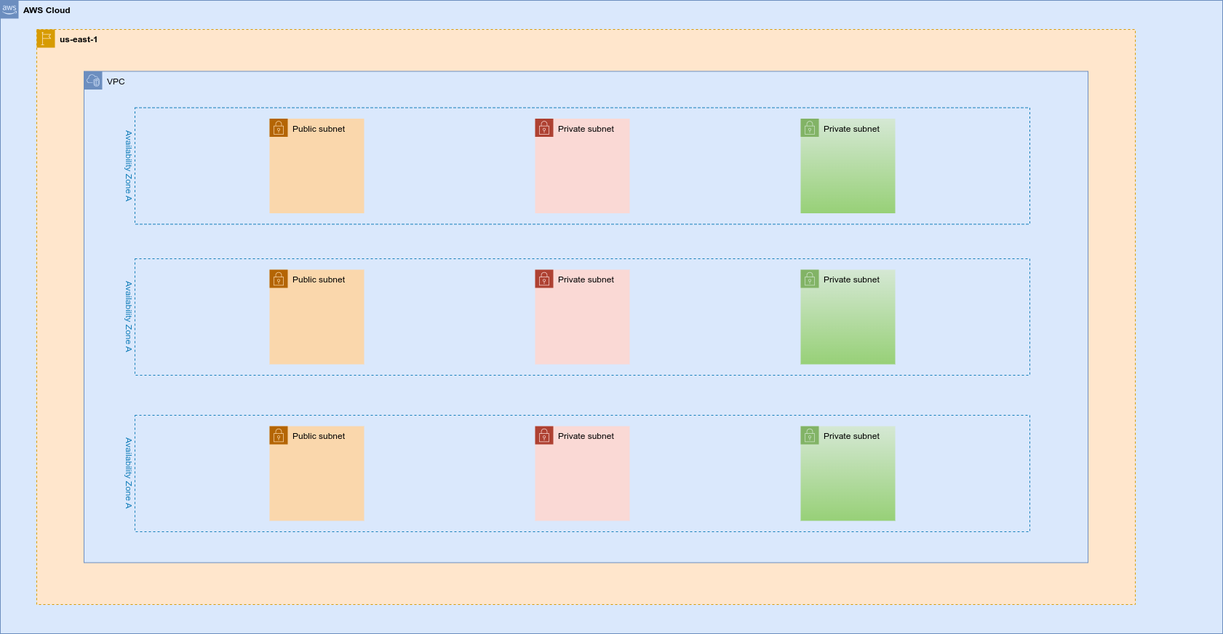
Earlier version of the draw.io export img/vpc.drawio.png (wandermaia/desafio-aws). Source tidied: cells renumbered, new cells last; positions are measured from the earlier drawing's top-left corner, leaving out a move shared by most shapes.
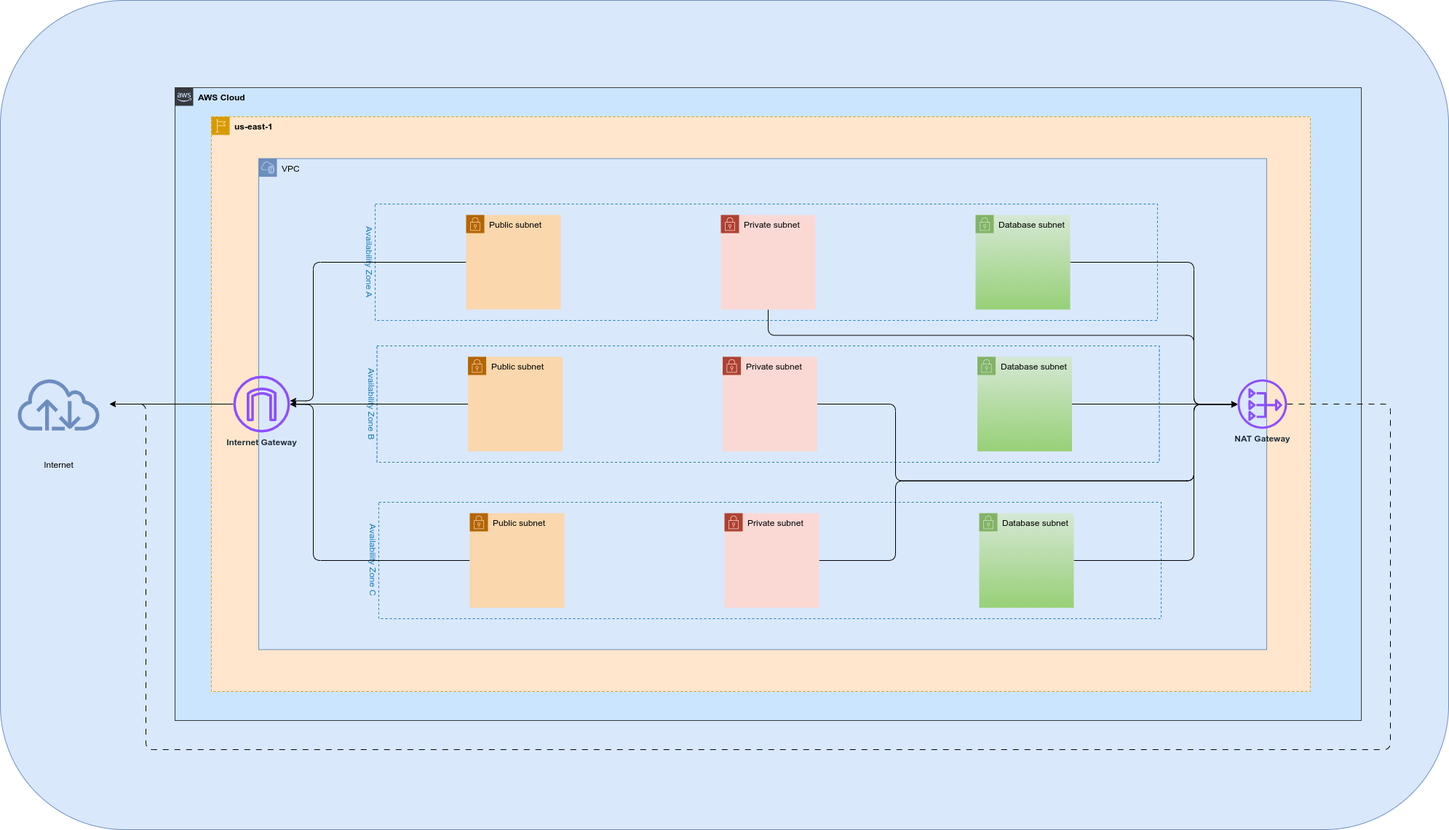
The same diagram one commit later.

Diff of the diagram source:
```diff
@@ -2,50 +2,142 @@
   <root>
     <mxCell id="0" />
     <mxCell id="1" parent="0" />
+    <mxCell id="17" style="rounded=1;whiteSpace=wrap;html=1;fillColor=#dae8fc;strokeColor=#6c8ebf;" parent="1" vertex="1">
+      <mxGeometry x="-240" y="-120" width="1990" height="1140" as="geometry" />
+    </mxCell>
-    <mxCell id="2" value="&lt;b&gt;AWS Cloud&lt;/b&gt;" style="html=1;whiteSpace=wrap;fontSize=12;fontStyle=0;shape=mxgraph.aws4.group;grIcon=mxgraph.aws4.group_aws_cloud_alt;strokeColor=#6c8ebf;fillColor=#dae8fc;verticalAlign=top;align=left;spacingLeft=30;dashed=0;" parent="1" vertex="1">
-      <mxGeometry width="1680" height="870" as="geometry" />
+    <mxCell id="2" value="&lt;b&gt;AWS Cloud&lt;/b&gt;" style="html=1;whiteSpace=wrap;fontSize=12;fontStyle=0;shape=mxgraph.aws4.group;grIcon=mxgraph.aws4.group_aws_cloud_alt;strokeColor=#36393d;fillColor=#cce5ff;verticalAlign=top;align=left;spacingLeft=30;dashed=0;" parent="1" vertex="1">
+      <mxGeometry width="1630" height="870" as="geometry" />
     </mxCell>
     <mxCell id="3" value="&lt;b&gt;us-east-1&lt;/b&gt;" style="html=1;whiteSpace=wrap;fontSize=12;fontStyle=0;shape=mxgraph.aws4.group;grIcon=mxgraph.aws4.group_region;strokeColor=#d79b00;fillColor=#ffe6cc;verticalAlign=top;align=left;spacingLeft=30;dashed=1;" parent="2" vertex="1">
       <mxGeometry x="50" y="40" width="1510" height="790" as="geometry" />
     </mxCell>
     <mxCell id="4" value="VPC" style="html=1;whiteSpace=wrap;fontSize=12;fontStyle=0;shape=mxgraph.aws4.group;grIcon=mxgraph.aws4.group_vpc2;strokeColor=#6c8ebf;fillColor=#dae8fc;verticalAlign=top;align=left;spacingLeft=30;dashed=0;" parent="3" vertex="1">
-      <mxGeometry x="65" y="57.5" width="1380" height="675" as="geometry" />
+      <mxGeometry x="65" y="57.5" width="1385" height="675" as="geometry" />
     </mxCell>
     <mxCell id="5" value="&lt;span style=&quot;color: rgb(20, 126, 186);&quot;&gt;Availability Zone A&lt;/span&gt;" style="fillColor=none;strokeColor=#147EBA;dashed=1;verticalAlign=middle;fontStyle=0;fontColor=#147EBA;whiteSpace=wrap;html=1;labelPosition=left;verticalLabelPosition=middle;align=right;textDirection=vertical-lr;" parent="4" vertex="1">
-      <mxGeometry x="70" y="50" width="1230" height="160" as="geometry" />
+      <mxGeometry x="160" y="62.5" width="1075" height="160" as="geometry" />
     </mxCell>
+    <mxCell id="18" style="edgeStyle=orthogonalEdgeStyle;html=1;" parent="4" edge="1" source="6" target="36">
+      <mxGeometry relative="1" as="geometry">
+        <Array as="points">
+          <mxPoint x="700" y="243" />
+          <mxPoint x="1285" y="243" />
+          <mxPoint x="1285" y="338" />
+        </Array>
+      </mxGeometry>
+    </mxCell>
     <mxCell id="6" value="Private subnet" style="points=[[0,0],[0.25,0],[0.5,0],[0.75,0],[1,0],[1,0.25],[1,0.5],[1,0.75],[1,1],[0.75,1],[0.5,1],[0.25,1],[0,1],[0,0.75],[0,0.5],[0,0.25]];outlineConnect=0;html=1;whiteSpace=wrap;fontSize=12;fontStyle=0;shape=mxgraph.aws4.group;grIcon=mxgraph.aws4.group_security_group;grStroke=0;strokeColor=#ae4132;fillColor=#fad9d5;verticalAlign=top;align=left;spacingLeft=30;dashed=0;" parent="4" vertex="1">
-      <mxGeometry x="620" y="65" width="130" height="130" as="geometry" />
+      <mxGeometry x="635" y="77.5" width="130" height="130" as="geometry" />
     </mxCell>
+    <mxCell id="19" style="edgeStyle=orthogonalEdgeStyle;html=1;" parent="4" edge="1" source="7" target="36">
+      <mxGeometry relative="1" as="geometry">
+        <Array as="points">
+          <mxPoint x="1285" y="143" />
+          <mxPoint x="1285" y="338" />
+        </Array>
+      </mxGeometry>
+    </mxCell>
-    <mxCell id="7" value="Private subnet" style="points=[[0,0],[0.25,0],[0.5,0],[0.75,0],[1,0],[1,0.25],[1,0.5],[1,0.75],[1,1],[0.75,1],[0.5,1],[0.25,1],[0,1],[0,0.75],[0,0.5],[0,0.25]];outlineConnect=0;html=1;whiteSpace=wrap;fontSize=12;fontStyle=0;shape=mxgraph.aws4.group;grIcon=mxgraph.aws4.group_security_group;grStroke=0;strokeColor=#82b366;fillColor=#d5e8d4;verticalAlign=top;align=left;spacingLeft=30;dashed=0;gradientColor=#97d077;" parent="4" vertex="1">
-      <mxGeometry x="985" y="65" width="130" height="130" as="geometry" />
+    <mxCell id="7" value="Database subnet" style="points=[[0,0],[0.25,0],[0.5,0],[0.75,0],[1,0],[1,0.25],[1,0.5],[1,0.75],[1,1],[0.75,1],[0.5,1],[0.25,1],[0,1],[0,0.75],[0,0.5],[0,0.25]];outlineConnect=0;html=1;whiteSpace=wrap;fontSize=12;fontStyle=0;shape=mxgraph.aws4.group;grIcon=mxgraph.aws4.group_security_group;grStroke=0;strokeColor=#82b366;fillColor=#d5e8d4;verticalAlign=top;align=left;spacingLeft=30;dashed=0;gradientColor=#97d077;" parent="4" vertex="1">
+      <mxGeometry x="985" y="77.5" width="130" height="130" as="geometry" />
     </mxCell>
+    <mxCell id="20" style="edgeStyle=orthogonalEdgeStyle;html=1;" parent="4" edge="1" source="8" target="35">
+      <mxGeometry relative="1" as="geometry">
+        <Array as="points">
+          <mxPoint x="75" y="143" />
+          <mxPoint x="75" y="333" />
+        </Array>
+      </mxGeometry>
+    </mxCell>
     <mxCell id="8" value="Public subnet" style="points=[[0,0],[0.25,0],[0.5,0],[0.75,0],[1,0],[1,0.25],[1,0.5],[1,0.75],[1,1],[0.75,1],[0.5,1],[0.25,1],[0,1],[0,0.75],[0,0.5],[0,0.25]];outlineConnect=0;html=1;whiteSpace=wrap;fontSize=12;fontStyle=0;shape=mxgraph.aws4.group;grIcon=mxgraph.aws4.group_security_group;grStroke=0;strokeColor=#b46504;fillColor=#fad7ac;verticalAlign=top;align=left;spacingLeft=30;dashed=0;" parent="4" vertex="1">
-      <mxGeometry x="255" y="65" width="130" height="130" as="geometry" />
+      <mxGeometry x="285" y="77.5" width="130" height="130" as="geometry" />
     </mxCell>
-    <mxCell id="9" value="&lt;span style=&quot;color: rgb(20, 126, 186);&quot;&gt;Availability Zone A&lt;/span&gt;" style="fillColor=none;strokeColor=#147EBA;dashed=1;verticalAlign=middle;fontStyle=0;fontColor=#147EBA;whiteSpace=wrap;html=1;labelPosition=left;verticalLabelPosition=middle;align=right;textDirection=vertical-lr;" parent="4" vertex="1">
-      <mxGeometry x="70" y="257.5" width="1230" height="160" as="geometry" />
-    </mxCell>
-    <mxCell id="10" value="Private subnet" style="html=1;whiteSpace=wrap;fontSize=12;fontStyle=0;shape=mxgraph.aws4.group;grIcon=mxgraph.aws4.group_security_group;grStroke=0;strokeColor=#ae4132;fillColor=#fad9d5;verticalAlign=top;align=left;spacingLeft=30;dashed=0;" parent="4" vertex="1">
-      <mxGeometry x="620" y="272.5" width="130" height="130" as="geometry" />
-    </mxCell>
-    <mxCell id="11" value="Private subnet" style="html=1;whiteSpace=wrap;fontSize=12;fontStyle=0;shape=mxgraph.aws4.group;grIcon=mxgraph.aws4.group_security_group;grStroke=0;strokeColor=#82b366;fillColor=#d5e8d4;verticalAlign=top;align=left;spacingLeft=30;dashed=0;gradientColor=#97d077;" parent="4" vertex="1">
-      <mxGeometry x="985" y="272.5" width="130" height="130" as="geometry" />
-    </mxCell>
-    <mxCell id="12" value="Public subnet" style="html=1;whiteSpace=wrap;fontSize=12;fontStyle=0;shape=mxgraph.aws4.group;grIcon=mxgraph.aws4.group_security_group;grStroke=0;strokeColor=#b46504;fillColor=#fad7ac;verticalAlign=top;align=left;spacingLeft=30;dashed=0;" parent="4" vertex="1">
-      <mxGeometry x="255" y="272.5" width="130" height="130" as="geometry" />
-    </mxCell>
-    <mxCell id="13" value="&lt;span style=&quot;color: rgb(20, 126, 186);&quot;&gt;Availability Zone A&lt;/span&gt;" style="fillColor=none;strokeColor=#147EBA;dashed=1;verticalAlign=middle;fontStyle=0;fontColor=#147EBA;whiteSpace=wrap;html=1;labelPosition=left;verticalLabelPosition=middle;align=right;textDirection=vertical-lr;" parent="4" vertex="1">
-      <mxGeometry x="70" y="472.5" width="1230" height="160" as="geometry" />
-    </mxCell>
-    <mxCell id="14" value="Private subnet" style="html=1;whiteSpace=wrap;fontSize=12;fontStyle=0;shape=mxgraph.aws4.group;grIcon=mxgraph.aws4.group_security_group;grStroke=0;strokeColor=#ae4132;fillColor=#fad9d5;verticalAlign=top;align=left;spacingLeft=30;dashed=0;" parent="4" vertex="1">
-      <mxGeometry x="620" y="487.5" width="130" height="130" as="geometry" />
-    </mxCell>
-    <mxCell id="15" value="Private subnet" style="html=1;whiteSpace=wrap;fontSize=12;fontStyle=0;shape=mxgraph.aws4.group;grIcon=mxgraph.aws4.group_security_group;grStroke=0;strokeColor=#82b366;fillColor=#d5e8d4;verticalAlign=top;align=left;spacingLeft=30;dashed=0;gradientColor=#97d077;" parent="4" vertex="1">
-      <mxGeometry x="985" y="487.5" width="130" height="130" as="geometry" />
-    </mxCell>
-    <mxCell id="16" value="Public subnet" style="html=1;whiteSpace=wrap;fontSize=12;fontStyle=0;shape=mxgraph.aws4.group;grIcon=mxgraph.aws4.group_security_group;grStroke=0;strokeColor=#b46504;fillColor=#fad7ac;verticalAlign=top;align=left;spacingLeft=30;dashed=0;" parent="4" vertex="1">
-      <mxGeometry x="255" y="487.5" width="130" height="130" as="geometry" />
-    </mxCell>
+    <mxCell id="21" value="&lt;span style=&quot;color: rgb(20, 126, 186);&quot;&gt;Availability Zone B&lt;/span&gt;" style="fillColor=none;strokeColor=#147EBA;dashed=1;verticalAlign=middle;fontStyle=0;fontColor=#147EBA;whiteSpace=wrap;html=1;labelPosition=left;verticalLabelPosition=middle;align=right;textDirection=vertical-lr;" parent="4" vertex="1">
+      <mxGeometry x="162.5" y="257.5" width="1075" height="160" as="geometry" />
+    </mxCell>
+    <mxCell id="22" style="edgeStyle=orthogonalEdgeStyle;html=1;" parent="4" edge="1" source="23" target="36">
+      <mxGeometry relative="1" as="geometry">
+        <Array as="points">
+          <mxPoint x="875" y="338" />
+          <mxPoint x="875" y="443" />
+          <mxPoint x="1285" y="443" />
+          <mxPoint x="1285" y="338" />
+        </Array>
+      </mxGeometry>
+    </mxCell>
+    <mxCell id="23" value="Private subnet" style="points=[[0,0],[0.25,0],[0.5,0],[0.75,0],[1,0],[1,0.25],[1,0.5],[1,0.75],[1,1],[0.75,1],[0.5,1],[0.25,1],[0,1],[0,0.75],[0,0.5],[0,0.25]];outlineConnect=0;html=1;whiteSpace=wrap;fontSize=12;fontStyle=0;shape=mxgraph.aws4.group;grIcon=mxgraph.aws4.group_security_group;grStroke=0;strokeColor=#ae4132;fillColor=#fad9d5;verticalAlign=top;align=left;spacingLeft=30;dashed=0;" parent="4" vertex="1">
+      <mxGeometry x="637.5" y="272.5" width="130" height="130" as="geometry" />
+    </mxCell>
+    <mxCell id="24" style="edgeStyle=none;html=1;" parent="4" edge="1" source="25" target="36">
+      <mxGeometry relative="1" as="geometry" />
+    </mxCell>
+    <mxCell id="25" value="&lt;span style=&quot;color: rgb(0, 0, 0);&quot;&gt;Database subnet&lt;/span&gt;" style="points=[[0,0],[0.25,0],[0.5,0],[0.75,0],[1,0],[1,0.25],[1,0.5],[1,0.75],[1,1],[0.75,1],[0.5,1],[0.25,1],[0,1],[0,0.75],[0,0.5],[0,0.25]];outlineConnect=0;html=1;whiteSpace=wrap;fontSize=12;fontStyle=0;shape=mxgraph.aws4.group;grIcon=mxgraph.aws4.group_security_group;grStroke=0;strokeColor=#82b366;fillColor=#d5e8d4;verticalAlign=top;align=left;spacingLeft=30;dashed=0;gradientColor=#97d077;" parent="4" vertex="1">
+      <mxGeometry x="987.5" y="272.5" width="130" height="130" as="geometry" />
+    </mxCell>
+    <mxCell id="26" style="edgeStyle=orthogonalEdgeStyle;html=1;" parent="4" edge="1" source="27" target="35">
+      <mxGeometry relative="1" as="geometry" />
+    </mxCell>
+    <mxCell id="27" value="Public subnet" style="points=[[0,0],[0.25,0],[0.5,0],[0.75,0],[1,0],[1,0.25],[1,0.5],[1,0.75],[1,1],[0.75,1],[0.5,1],[0.25,1],[0,1],[0,0.75],[0,0.5],[0,0.25]];outlineConnect=0;html=1;whiteSpace=wrap;fontSize=12;fontStyle=0;shape=mxgraph.aws4.group;grIcon=mxgraph.aws4.group_security_group;grStroke=0;strokeColor=#b46504;fillColor=#fad7ac;verticalAlign=top;align=left;spacingLeft=30;dashed=0;" parent="4" vertex="1">
+      <mxGeometry x="287.5" y="272.5" width="130" height="130" as="geometry" />
+    </mxCell>
+    <mxCell id="28" value="&lt;span style=&quot;color: rgb(20, 126, 186);&quot;&gt;Availability Zone C&lt;/span&gt;" style="fillColor=none;strokeColor=#147EBA;dashed=1;verticalAlign=middle;fontStyle=0;fontColor=#147EBA;whiteSpace=wrap;html=1;labelPosition=left;verticalLabelPosition=middle;align=right;textDirection=vertical-lr;" parent="4" vertex="1">
+      <mxGeometry x="165" y="472.5" width="1075" height="160" as="geometry" />
+    </mxCell>
+    <mxCell id="29" style="edgeStyle=orthogonalEdgeStyle;html=1;" parent="4" edge="1" source="30" target="36">
+      <mxGeometry relative="1" as="geometry">
+        <Array as="points">
+          <mxPoint x="875" y="553" />
+          <mxPoint x="875" y="443" />
+          <mxPoint x="1285" y="443" />
+          <mxPoint x="1285" y="338" />
+        </Array>
+      </mxGeometry>
+    </mxCell>
+    <mxCell id="30" value="Private subnet" style="points=[[0,0],[0.25,0],[0.5,0],[0.75,0],[1,0],[1,0.25],[1,0.5],[1,0.75],[1,1],[0.75,1],[0.5,1],[0.25,1],[0,1],[0,0.75],[0,0.5],[0,0.25]];outlineConnect=0;html=1;whiteSpace=wrap;fontSize=12;fontStyle=0;shape=mxgraph.aws4.group;grIcon=mxgraph.aws4.group_security_group;grStroke=0;strokeColor=#ae4132;fillColor=#fad9d5;verticalAlign=top;align=left;spacingLeft=30;dashed=0;" parent="4" vertex="1">
+      <mxGeometry x="640" y="487.5" width="130" height="130" as="geometry" />
+    </mxCell>
+    <mxCell id="31" style="edgeStyle=orthogonalEdgeStyle;html=1;" parent="4" edge="1" source="32" target="36">
+      <mxGeometry relative="1" as="geometry">
+        <Array as="points">
+          <mxPoint x="1285" y="553" />
+          <mxPoint x="1285" y="338" />
+        </Array>
+      </mxGeometry>
+    </mxCell>
+    <mxCell id="32" value="&lt;span style=&quot;color: rgb(0, 0, 0);&quot;&gt;Database subnet&lt;/span&gt;" style="points=[[0,0],[0.25,0],[0.5,0],[0.75,0],[1,0],[1,0.25],[1,0.5],[1,0.75],[1,1],[0.75,1],[0.5,1],[0.25,1],[0,1],[0,0.75],[0,0.5],[0,0.25]];outlineConnect=0;html=1;whiteSpace=wrap;fontSize=12;fontStyle=0;shape=mxgraph.aws4.group;grIcon=mxgraph.aws4.group_security_group;grStroke=0;strokeColor=#82b366;fillColor=#d5e8d4;verticalAlign=top;align=left;spacingLeft=30;dashed=0;gradientColor=#97d077;" parent="4" vertex="1">
+      <mxGeometry x="990" y="487.5" width="130" height="130" as="geometry" />
+    </mxCell>
+    <mxCell id="33" style="edgeStyle=orthogonalEdgeStyle;html=1;" parent="4" edge="1" source="34" target="35">
+      <mxGeometry relative="1" as="geometry">
+        <Array as="points">
+          <mxPoint x="75" y="553" />
+          <mxPoint x="75" y="338" />
+        </Array>
+      </mxGeometry>
+    </mxCell>
+    <mxCell id="34" value="Public subnet" style="points=[[0,0],[0.25,0],[0.5,0],[0.75,0],[1,0],[1,0.25],[1,0.5],[1,0.75],[1,1],[0.75,1],[0.5,1],[0.25,1],[0,1],[0,0.75],[0,0.5],[0,0.25]];outlineConnect=0;html=1;whiteSpace=wrap;fontSize=12;fontStyle=0;shape=mxgraph.aws4.group;grIcon=mxgraph.aws4.group_security_group;grStroke=0;strokeColor=#b46504;fillColor=#fad7ac;verticalAlign=top;align=left;spacingLeft=30;dashed=0;" parent="4" vertex="1">
+      <mxGeometry x="290" y="487.5" width="130" height="130" as="geometry" />
+    </mxCell>
+    <mxCell id="35" value="&lt;b&gt;Internet Gateway&lt;/b&gt;" style="sketch=0;outlineConnect=0;fontColor=#232F3E;gradientColor=none;fillColor=#8C4FFF;strokeColor=none;dashed=0;verticalLabelPosition=bottom;verticalAlign=top;align=center;html=1;fontSize=12;fontStyle=0;shape=mxgraph.aws4.internet_gateway;" parent="4" vertex="1">
+      <mxGeometry x="-35" y="298.5" width="78" height="78" as="geometry" />
+    </mxCell>
+    <mxCell id="36" value="&lt;b&gt;NAT Gateway&lt;/b&gt;" style="sketch=0;outlineConnect=0;fontColor=#232F3E;gradientColor=none;fillColor=#8C4FFF;strokeColor=none;dashed=0;verticalLabelPosition=bottom;verticalAlign=top;align=center;html=1;fontSize=12;fontStyle=0;shape=mxgraph.aws4.nat_gateway;" parent="4" vertex="1">
+      <mxGeometry x="1345" y="303.5" width="68" height="68" as="geometry" />
+    </mxCell>
+    <mxCell id="37" value="Internet" style="sketch=0;outlineConnect=0;strokeColor=#6c8ebf;fillColor=#dae8fc;dashed=0;verticalLabelPosition=bottom;verticalAlign=top;align=center;html=1;fontSize=12;fontStyle=0;shape=mxgraph.aws4.resourceIcon;resIcon=mxgraph.aws4.internet;" parent="1" vertex="1">
+      <mxGeometry x="-230" y="365" width="140" height="140" as="geometry" />
+    </mxCell>
+    <mxCell id="38" style="edgeStyle=none;html=1;" parent="1" edge="1" source="35" target="37">
+      <mxGeometry relative="1" as="geometry" />
+    </mxCell>
+    <mxCell id="39" style="edgeStyle=orthogonalEdgeStyle;html=1;dashed=1;dashPattern=8 8;" parent="1" edge="1" source="36" target="37">
+      <mxGeometry relative="1" as="geometry">
+        <Array as="points">
+          <mxPoint x="1670" y="435" />
+          <mxPoint x="1670" y="910" />
+          <mxPoint x="-40" y="910" />
+          <mxPoint x="-40" y="435" />
+        </Array>
+      </mxGeometry>
+    </mxCell>
   </root>
 </mxGraphModel>
```
